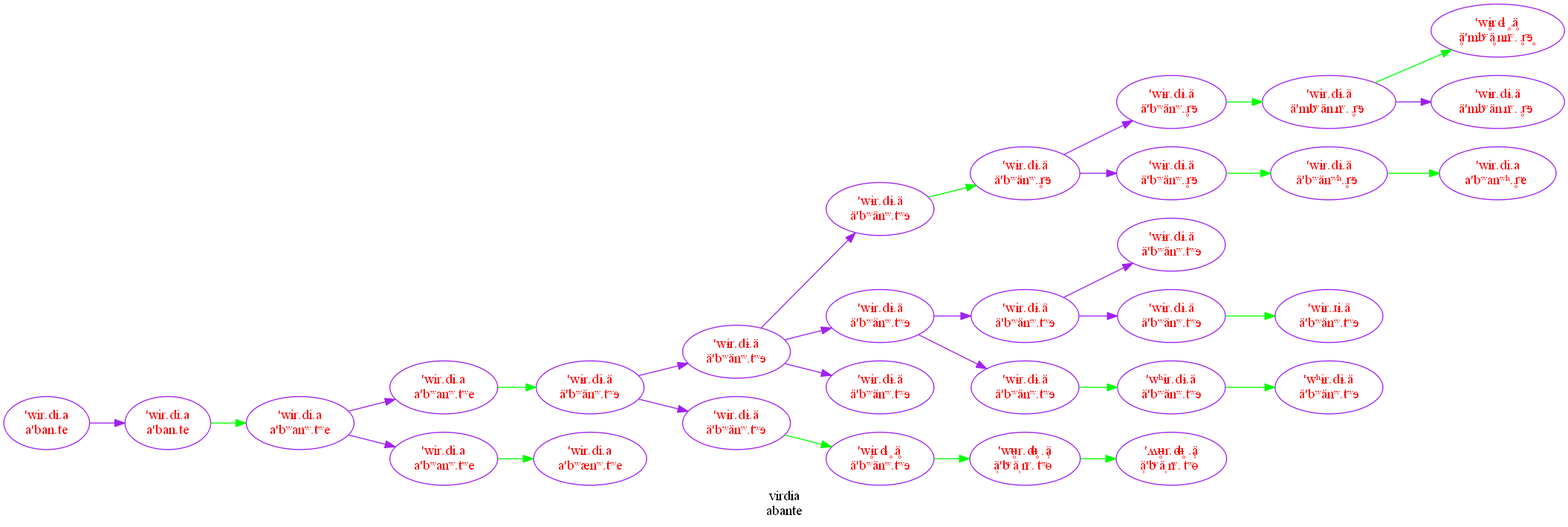
Earlier version of the Graphviz export graphe.png (MathieuDehouck/Language_Evolution). Its source is kept beside it as graphe.dot.
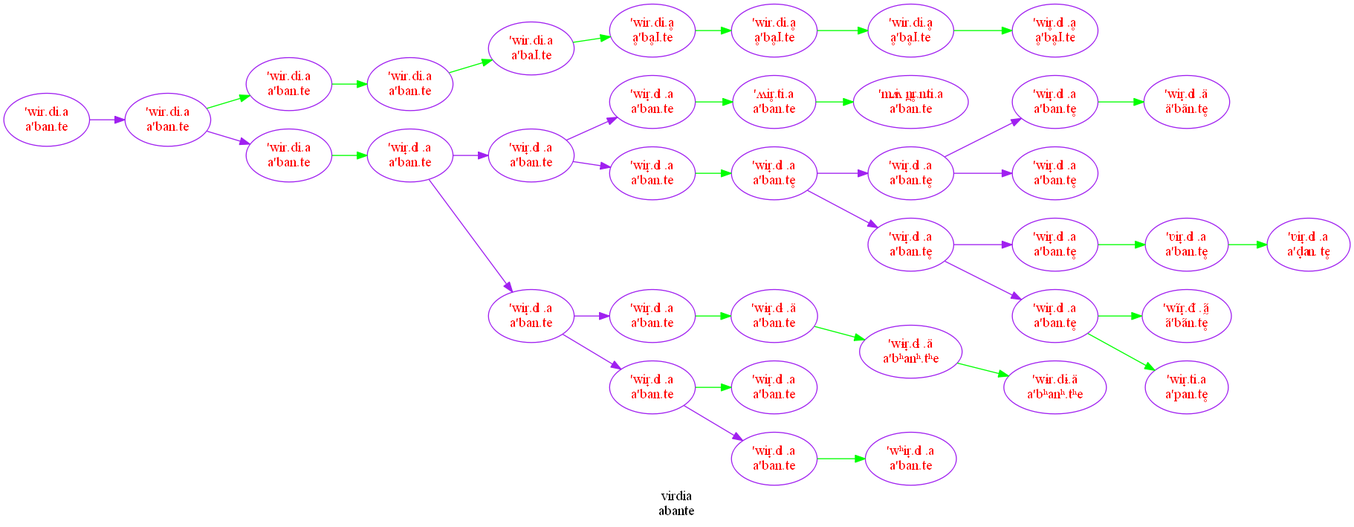
Later version of the same file.

Diff of the diagram source:
```diff
@@ -4,93 +4,114 @@
 graph[rankdir="LR"];
 node [style="filled", fillcolor = "white"];
 edge [style="solid", color="purple"];
-0 [label="'wɨr.dɨ.ä
-ä'bʷänʷʰ.ɹ̥ʷɘ", fillcolor= white, color="purple",  fontcolor="red"];
+0 [label="'wir̟.di.a
+a'ban.te", fillcolor= white, color="purple",  fontcolor="red"];
 1 [label="'wir.di.a
-a'bʷænʷ.tʷe", fillcolor= white, color="purple",  fontcolor="red"];
-2 [label="'wɨ̥r.dɨ̥.ḁ̈
-ä'bʷänʷ.tʷɘ", fillcolor= white, color="purple",  fontcolor="red"];
-3 [label="'wɨr.dɨ.ä
-ä'bʷänʷ.ɹ̥ʷɘ", fillcolor= white, color="purple",  fontcolor="red"];
-4 [label="'wɨr.dɨ.ä
-ä'bʷänʷ.tʷɘ", fillcolor= white, color="purple",  fontcolor="red"];
-5 [label="'wɨr.dɨ.ä
-ä'm͜bʷän͜nʷ.ɹ̥ʷɘ", fillcolor= white, color="purple",  fontcolor="red"];
-6 [label="'wɨr.dɨ.ä
-ä'bʷänʷ.ɹ̥ʷɘ", fillcolor= white, color="purple",  fontcolor="red"];
-7 [label="'wʉ̥r.dʉ̥.ä̹̥
-ä̹'bʷä̹nʷ.tʷɵ", fillcolor= white, color="purple",  fontcolor="red"];
-8 [label="'wɨr.dɨ.ä
-ä'bʷänʷ.tʷɘ", fillcolor= white, color="purple",  fontcolor="red"];
-9 [label="'wɨr.dɨ.ä
-ä'bʷänʷ.tʷɘ", fillcolor= white, color="purple",  fontcolor="red"];
-10 [label="'wɨr.dɨ.ä
-ä'bʷänʷ.tʷɘ", fillcolor= white, color="purple",  fontcolor="red"];
-11 [label="'wir.di.a
-a'bʷanʷ.tʷe", fillcolor= white, color="purple",  fontcolor="red"];
-12 [label="'wir.di.a
-a'bʷanʷ.tʷe", fillcolor= white, color="purple",  fontcolor="red"];
-13 [label="'wɨr.dɨ.ä
-ä'bʷänʷ.tʷɘ", fillcolor= white, color="purple",  fontcolor="red"];
-14 [label="'wɨr.dɨ.ä
-ä'bʷänʷ.ɹ̥ʷɘ", fillcolor= white, color="purple",  fontcolor="red"];
-15 [label="'wir.di.a
-a'bʷanʷ.tʷe", fillcolor= white, color="purple",  fontcolor="red"];
-16 [label="'wɨr.dɨ.ä
-ä'bʷänʷ.tʷɘ", fillcolor= white, color="purple",  fontcolor="red"];
-17 [label="'ʍʉ̥r.dʉ̥.ä̹̥
-ä̹'bʷä̹nʷ.tʷɵ", fillcolor= white, color="purple",  fontcolor="red"];
-18 [label="'wɨr.dɨ.ä
-ä'bʷänʷ.tʷɘ", fillcolor= white, color="purple",  fontcolor="red"];
-19 [label="'wʰɨr.dɨ.ä
-ä'bʷänʷ.tʷɘ", fillcolor= white, color="purple",  fontcolor="red"];
-20 [label="'wɨr.dɨ.ä
-ä'bʷänʷ.tʷɘ", fillcolor= white, color="purple",  fontcolor="red"];
-21 [label="'wɨr.ɹɨ.ä
-ä'bʷänʷ.tʷɘ", fillcolor= white, color="purple",  fontcolor="red"];
-22 [label="'wir.di.a
+a'baɺ.te", fillcolor= white, color="purple",  fontcolor="red"];
+2 [label="'wɨr.dɨ.ä
+a'bʰanʰ.tʰe", fillcolor= white, color="purple",  fontcolor="red"];
+3 [label="'ʋir̟.di.a
+a'ban.te̥", fillcolor= white, color="purple",  fontcolor="red"];
+4 [label="'wĩr̟.dĩ.ã
+ã'bãn.tẽ̥", fillcolor= white, color="purple",  fontcolor="red"];
+5 [label="'m͜ʍin̪͜r̥̟.n͜ti.a
 a'ban.te", fillcolor= white, color="purple",  fontcolor="red"];
-23 [label="'wɨr.dɨ.ä
-ä'bʷänʷ.tʷɘ", fillcolor= white, color="purple",  fontcolor="red"];
-24 [label="'wir.di.a
-a'bʷanʷʰ.ɹ̥ʷe", fillcolor= white, color="purple",  fontcolor="red"];
+6 [label="'wir̟.di.a
+a'ban.te̥", fillcolor= white, color="purple",  fontcolor="red"];
+7 [label="'wɨr̟.dɨ.ä
+a'ban.te", fillcolor= white, color="purple",  fontcolor="red"];
+8 [label="'wir̟.di.a
+a'ban.te̥", fillcolor= white, color="purple",  fontcolor="red"];
+9 [label="'wir̟.di.a
+a'ban.te", fillcolor= white, color="purple",  fontcolor="red"];
+10 [label="'wir̥.di.ḁ
+ḁ'bḁɺ.te", fillcolor= white, color="purple",  fontcolor="red"];
+11 [label="'wʰir̟.di.a
+a'ban.te", fillcolor= white, color="purple",  fontcolor="red"];
+12 [label="'ʋir̟.di.a
+a'd̟an.te̥", fillcolor= white, color="purple",  fontcolor="red"];
+13 [label="'wir̟.di.a
+a'ban.te̥", fillcolor= white, color="purple",  fontcolor="red"];
+14 [label="'wir.di.a
+a'ban.te", fillcolor= white, color="purple",  fontcolor="red"];
+15 [label="'wir̟.di.a
+a'ban.te̥", fillcolor= white, color="purple",  fontcolor="red"];
+16 [label="'wir̟.di.a
+a'ban.te", fillcolor= white, color="purple",  fontcolor="red"];
+17 [label="'wir.di.ḁ
+ḁ'bḁɺ.te", fillcolor= white, color="purple",  fontcolor="red"];
+18 [label="'wir̟.di.a
+a'ban.te̥", fillcolor= white, color="purple",  fontcolor="red"];
+19 [label="'wir̟.di.a
+a'ban.te", fillcolor= white, color="purple",  fontcolor="red"];
+20 [label="'wir̟.di.ä
+ä'bän.te̥", fillcolor= white, color="purple",  fontcolor="red"];
+21 [label="'wir̟.di.a
+a'ban.te", fillcolor= white, color="purple",  fontcolor="red"];
+22 [label="'ʍir̥̟.ti.a
+a'ban.te", fillcolor= white, color="purple",  fontcolor="red"];
+23 [label="'wir̟.di.a
+a'ban.te", fillcolor= white, color="purple",  fontcolor="red"];
+24 [label="'wir̟.di.a
+a'ban.te", fillcolor= white, color="purple",  fontcolor="red"];
 25 [label="'wir.di.a
 a'ban.te", fillcolor= white, color="purple",  fontcolor="red"];
-26 [label="'wɨr.dɨ.ä
-ä'bʷänʷ.tʷɘ", fillcolor= white, color="purple",  fontcolor="red"];
-27 [label="'wɨ̥r.dɨ̥.ḁ̈
-ḁ̈'m͜bʷḁ̈n͜nʷ.ɹ̥ʷɘ̥", fillcolor= white, color="purple",  fontcolor="red"];
-28 [label="'wʰɨr.dɨ.ä
-ä'bʷänʷ.tʷɘ", fillcolor= white, color="purple",  fontcolor="red"];
-29 [label="'wɨr.dɨ.ä
-ä'm͜bʷän͜nʷ.ɹ̥ʷɘ", fillcolor= white, color="purple",  fontcolor="red"];
-25 -> 15[style="solid", color="green"];
-22 -> 25;
-11 -> 13[style="solid", color="green"];
-15 -> 11;
-13 -> 8;
-8 -> 18;
-18 -> 9;
-16 -> 3[style="solid", color="green"];
-8 -> 16;
-6 -> 5[style="solid", color="green"];
-3 -> 6;
-9 -> 4;
-10 -> 21[style="solid", color="green"];
-9 -> 10;
-28 -> 19[style="solid", color="green"];
-20 -> 28[style="solid", color="green"];
-18 -> 20;
-5 -> 29;
-5 -> 27[style="solid", color="green"];
-0 -> 24[style="solid", color="green"];
-14 -> 0[style="solid", color="green"];
-3 -> 14;
-8 -> 26;
-7 -> 17[style="solid", color="green"];
-2 -> 7[style="solid", color="green"];
-23 -> 2[style="solid", color="green"];
-13 -> 23;
-12 -> 1[style="solid", color="green"];
-15 -> 12;
+26 [label="'wir.di.a
+a'ban.te", fillcolor= white, color="purple",  fontcolor="red"];
+27 [label="'wɨr̟.dɨ.ä
+a'bʰanʰ.tʰe", fillcolor= white, color="purple",  fontcolor="red"];
+28 [label="'wir.di.ḁ
+ḁ'bḁɺ.te", fillcolor= white, color="purple",  fontcolor="red"];
+29 [label="'wir.di.ḁ
+ḁ'bḁɺ.te", fillcolor= white, color="purple",  fontcolor="red"];
+30 [label="'wir.di.a
+a'ban.te", fillcolor= white, color="purple",  fontcolor="red"];
+31 [label="'wir̟.ti.a
+a'pan.te̥", fillcolor= white, color="purple",  fontcolor="red"];
+32 [label="'wir̟.di.a
+a'ban.te", fillcolor= white, color="purple",  fontcolor="red"];
+33 [label="'wir̟.di.a
+a'ban.te", fillcolor= white, color="purple",  fontcolor="red"];
+34 [label="'wir̟.di.a
+a'ban.te̥", fillcolor= white, color="purple",  fontcolor="red"];
+35 [label="'wir̟.di.a
+a'ban.te̥", fillcolor= white, color="purple",  fontcolor="red"];
+36 [label="'wir.di.a
+a'ban.te", fillcolor= white, color="purple",  fontcolor="red"];
+36 -> 25;
+30 -> 33[style="solid", color="green"];
+25 -> 30;
+33 -> 19;
+16 -> 35[style="solid", color="green"];
+19 -> 16;
+35 -> 15;
+15 -> 13;
+35 -> 6;
+33 -> 23;
+23 -> 32;
+13 -> 4[style="solid", color="green"];
+13 -> 31[style="solid", color="green"];
+3 -> 12[style="solid", color="green"];
+8 -> 3[style="solid", color="green"];
+15 -> 8;
+18 -> 20[style="solid", color="green"];
+6 -> 18;
+6 -> 34;
+22 -> 5[style="solid", color="green"];
+0 -> 22[style="solid", color="green"];
+19 -> 0;
+27 -> 2[style="solid", color="green"];
+7 -> 27[style="solid", color="green"];
+21 -> 7[style="solid", color="green"];
+23 -> 21;
+24 -> 11[style="solid", color="green"];
+32 -> 24;
+32 -> 9[style="solid", color="green"];
+17 -> 10[style="solid", color="green"];
+29 -> 17[style="solid", color="green"];
+28 -> 29[style="solid", color="green"];
+1 -> 28[style="solid", color="green"];
+14 -> 1[style="solid", color="green"];
+26 -> 14[style="solid", color="green"];
+25 -> 26[style="solid", color="green"];
 }
```
